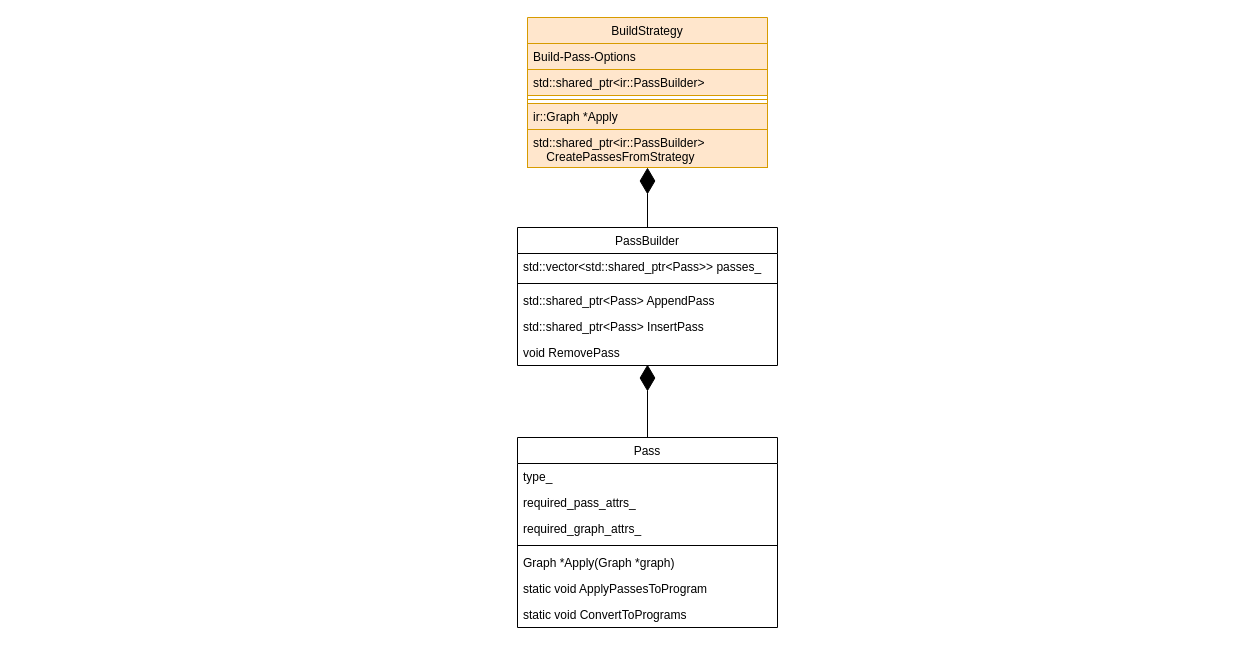
This is pass.drawio from jiahy0825/draw.io, a draw.io file, before an edit. Source tidied: cells renumbered, new cells numbered last; positions are measured from the earlier drawing's top-left corner, leaving out a move shared by most shapes. Both pictures are drawn from the tidied source at 100%, with x=0, y=0 at pixel (517, 17).
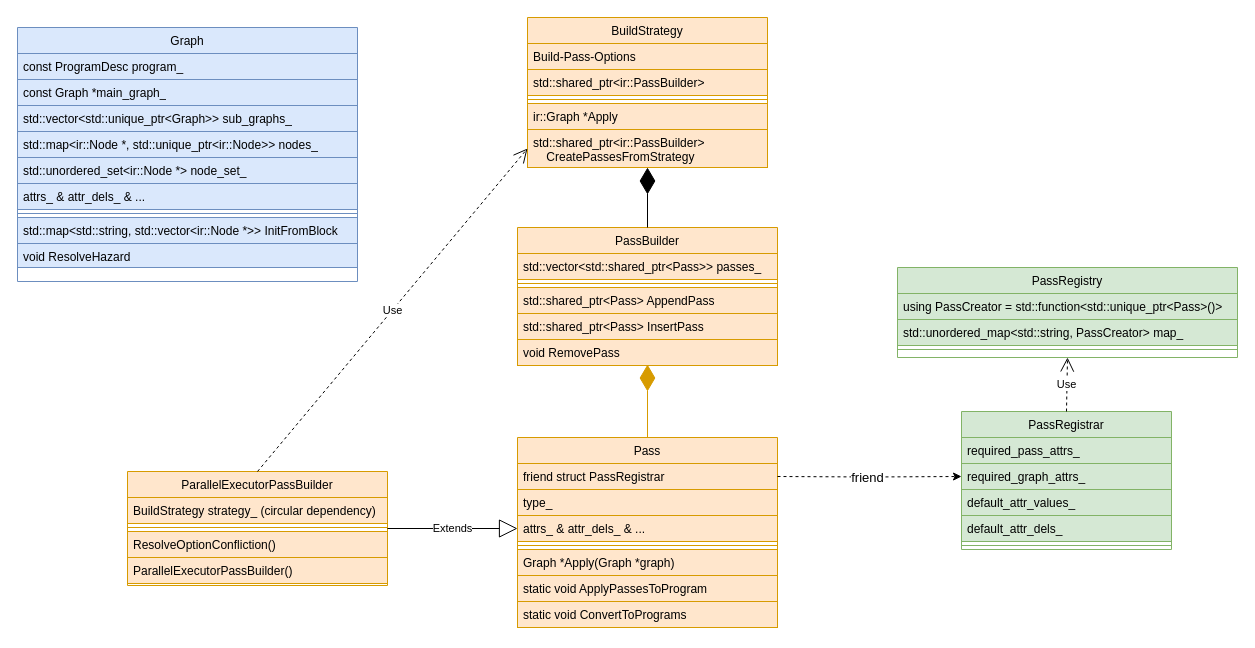
The same page after the edit.

The change refers to these unchanged cells:
```xml
<mxCell id="7" value="std::shared_ptr&amp;lt;ir::PassBuilder&amp;gt; &lt;br&gt;&amp;nbsp; &amp;nbsp; CreatePassesFromStrategy" style="text;align=left;verticalAlign=top;spacingLeft=4;spacingRight=4;overflow=hidden;points=[[0,0.5],[1,0.5]];portConstraint=eastwest;html=1;fillColor=#ffe6cc;strokeColor=#d79b00;" parent="2" vertex="1">
  <mxGeometry y="112" width="240" height="38" as="geometry" />
</mxCell>
```

Change to the diagram source:
```diff
@@
-    <mxCell id="8" value="PassBuilder" style="swimlane;fontStyle=0;align=center;verticalAlign=top;horizontal=1;startSize=26;rounded=0;shadow=0;strokeWidth=1;" parent="1" vertex="1">
+    <mxCell id="8" value="PassBuilder" style="swimlane;fontStyle=0;align=center;verticalAlign=top;horizontal=1;startSize=26;rounded=0;shadow=0;strokeWidth=1;fillColor=#ffe6cc;strokeColor=#d79b00;" parent="1" vertex="1">
       <mxGeometry y="210" width="260" height="138" as="geometry" />
     </mxCell>
-    <mxCell id="9" value="std::vector&lt;std::shared_ptr&lt;Pass&gt;&gt; passes_" style="text;align=left;verticalAlign=top;spacingLeft=4;spacingRight=4;overflow=hidden;" parent="8" vertex="1">
+    <mxCell id="9" value="std::vector&lt;std::shared_ptr&lt;Pass&gt;&gt; passes_" style="text;align=left;verticalAlign=top;spacingLeft=4;spacingRight=4;overflow=hidden;fillColor=#ffe6cc;strokeColor=#d79b00;" parent="8" vertex="1">
       <mxGeometry y="26" width="260" height="26" as="geometry" />
     </mxCell>
-    <mxCell id="10" style="line;html=1;strokeWidth=1;align=left;verticalAlign=middle;spacingTop=-1;spacingLeft=3;spacingRight=3;labelPosition=right;" parent="8" vertex="1">
+    <mxCell id="10" style="line;html=1;strokeWidth=1;align=left;verticalAlign=middle;spacingTop=-1;spacingLeft=3;spacingRight=3;labelPosition=right;fillColor=#ffe6cc;strokeColor=#d79b00;" parent="8" vertex="1">
       <mxGeometry y="52" width="260" height="8" as="geometry" />
     </mxCell>
-    <mxCell id="11" value="std::shared_ptr&lt;Pass&gt; AppendPass" style="text;align=left;verticalAlign=top;spacingLeft=4;spacingRight=4;overflow=hidden;fontStyle=0;" parent="8" vertex="1">
+    <mxCell id="11" value="std::shared_ptr&lt;Pass&gt; AppendPass" style="text;align=left;verticalAlign=top;spacingLeft=4;spacingRight=4;overflow=hidden;fontStyle=0;fillColor=#ffe6cc;strokeColor=#d79b00;" parent="8" vertex="1">
       <mxGeometry y="60" width="260" height="26" as="geometry" />
     </mxCell>
-    <mxCell id="12" value="std::shared_ptr&lt;Pass&gt; InsertPass" style="text;align=left;verticalAlign=top;spacingLeft=4;spacingRight=4;overflow=hidden;" parent="8" vertex="1">
+    <mxCell id="12" value="std::shared_ptr&lt;Pass&gt; InsertPass" style="text;align=left;verticalAlign=top;spacingLeft=4;spacingRight=4;overflow=hidden;fillColor=#ffe6cc;strokeColor=#d79b00;" parent="8" vertex="1">
       <mxGeometry y="86" width="260" height="26" as="geometry" />
     </mxCell>
-    <mxCell id="13" value="void RemovePass" style="text;align=left;verticalAlign=top;spacingLeft=4;spacingRight=4;overflow=hidden;points=[[0,0.5],[1,0.5]];portConstraint=eastwest;" parent="8" vertex="1">
+    <mxCell id="13" value="void RemovePass" style="text;align=left;verticalAlign=top;spacingLeft=4;spacingRight=4;overflow=hidden;points=[[0,0.5],[1,0.5]];portConstraint=eastwest;fillColor=#ffe6cc;strokeColor=#d79b00;" parent="8" vertex="1">
       <mxGeometry y="112" width="260" height="26" as="geometry" />
     </mxCell>
@@
-    <mxCell id="15" style="endArrow=diamondThin;endFill=1;endSize=24;html=1;rounded=0;entryX=0.5;entryY=0.962;entryDx=0;entryDy=0;entryPerimeter=0;exitX=0.5;exitY=0;exitDx=0;exitDy=0;" parent="1" edge="1" source="16" target="13">
+    <mxCell id="15" style="endArrow=diamondThin;endFill=1;endSize=24;html=1;rounded=0;entryX=0.5;entryY=0.962;entryDx=0;entryDy=0;entryPerimeter=0;exitX=0.5;exitY=0;exitDx=0;exitDy=0;fillColor=#ffe6cc;strokeColor=#d79b00;" parent="1" edge="1" source="16" target="13">
       <mxGeometry relative="1" as="geometry" />
     </mxCell>
-    <mxCell id="16" value="Pass" style="swimlane;fontStyle=0;align=center;verticalAlign=top;horizontal=1;startSize=26;rounded=0;shadow=0;strokeWidth=1;" parent="1" vertex="1">
+    <mxCell id="16" value="Pass" style="swimlane;fontStyle=0;align=center;verticalAlign=top;horizontal=1;startSize=26;rounded=0;shadow=0;strokeWidth=1;fillColor=#ffe6cc;strokeColor=#d79b00;" parent="1" vertex="1">
       <mxGeometry y="420" width="260" height="190" as="geometry" />
     </mxCell>
+    <mxCell id="24" value="friend struct PassRegistrar" style="text;align=left;verticalAlign=top;spacingLeft=4;spacingRight=4;overflow=hidden;fillColor=#ffe6cc;strokeColor=#d79b00;" parent="16" vertex="1">
+      <mxGeometry y="26" width="260" height="26" as="geometry" />
+    </mxCell>
-    <mxCell id="17" value="type_" style="text;align=left;verticalAlign=top;spacingLeft=4;spacingRight=4;overflow=hidden;" parent="16" vertex="1">
-      <mxGeometry y="26" width="260" height="26" as="geometry" />
+    <mxCell id="17" value="type_" style="text;align=left;verticalAlign=top;spacingLeft=4;spacingRight=4;overflow=hidden;fillColor=#ffe6cc;strokeColor=#d79b00;" parent="16" vertex="1">
+      <mxGeometry y="52" width="260" height="26" as="geometry" />
     </mxCell>
-    <mxCell id="18" value="required_pass_attrs_" style="text;align=left;verticalAlign=top;spacingLeft=4;spacingRight=4;overflow=hidden;" parent="16" vertex="1">
-      <mxGeometry y="52" width="260" height="26" as="geometry" />
-    </mxCell>
-    <mxCell id="19" value="required_graph_attrs_" style="text;align=left;verticalAlign=top;spacingLeft=4;spacingRight=4;overflow=hidden;points=[[0,0.5],[1,0.5]];portConstraint=eastwest;" parent="16" vertex="1">
-      <mxGeometry y="78" width="260" height="26" as="geometry" />
-    </mxCell>
+    <mxCell id="25" value="attrs_ &amp; attr_dels_ &amp; ..." style="text;align=left;verticalAlign=top;spacingLeft=4;spacingRight=4;overflow=hidden;points=[[0,0.5],[1,0.5]];portConstraint=eastwest;fillColor=#ffe6cc;strokeColor=#d79b00;" parent="16" vertex="1">
+      <mxGeometry y="78" width="260" height="26" as="geometry" />
+    </mxCell>
-    <mxCell id="20" style="line;html=1;strokeWidth=1;align=left;verticalAlign=middle;spacingTop=-1;spacingLeft=3;spacingRight=3;labelPosition=right;" parent="16" vertex="1">
+    <mxCell id="20" style="line;html=1;strokeWidth=1;align=left;verticalAlign=middle;spacingTop=-1;spacingLeft=3;spacingRight=3;labelPosition=right;fillColor=#ffe6cc;strokeColor=#d79b00;" parent="16" vertex="1">
       <mxGeometry y="104" width="260" height="8" as="geometry" />
     </mxCell>
-    <mxCell id="21" value="Graph *Apply(Graph *graph)" style="text;align=left;verticalAlign=top;spacingLeft=4;spacingRight=4;overflow=hidden;fontStyle=0;" parent="16" vertex="1">
+    <mxCell id="21" value="Graph *Apply(Graph *graph)" style="text;align=left;verticalAlign=top;spacingLeft=4;spacingRight=4;overflow=hidden;fontStyle=0;fillColor=#ffe6cc;strokeColor=#d79b00;" parent="16" vertex="1">
       <mxGeometry y="112" width="260" height="26" as="geometry" />
     </mxCell>
-    <mxCell id="22" value="static void ApplyPassesToProgram" style="text;align=left;verticalAlign=top;spacingLeft=4;spacingRight=4;overflow=hidden;" parent="16" vertex="1">
+    <mxCell id="22" value="static void ApplyPassesToProgram" style="text;align=left;verticalAlign=top;spacingLeft=4;spacingRight=4;overflow=hidden;fillColor=#ffe6cc;strokeColor=#d79b00;" parent="16" vertex="1">
       <mxGeometry y="138" width="260" height="26" as="geometry" />
     </mxCell>
-    <mxCell id="23" value="static void ConvertToPrograms" style="text;align=left;verticalAlign=top;spacingLeft=4;spacingRight=4;overflow=hidden;" parent="16" vertex="1">
+    <mxCell id="23" value="static void ConvertToPrograms" style="text;align=left;verticalAlign=top;spacingLeft=4;spacingRight=4;overflow=hidden;fillColor=#ffe6cc;strokeColor=#d79b00;" parent="16" vertex="1">
       <mxGeometry y="164" width="260" height="26" as="geometry" />
     </mxCell>
+    <mxCell id="26" value="PassRegistry" style="swimlane;fontStyle=0;align=center;verticalAlign=top;horizontal=1;startSize=26;rounded=0;shadow=0;strokeWidth=1;fillColor=#d5e8d4;strokeColor=#82b366;" parent="1" vertex="1">
+      <mxGeometry x="380" y="250" width="340" height="90" as="geometry" />
+    </mxCell>
+    <mxCell id="27" value="using PassCreator = std::function&lt;std::unique_ptr&lt;Pass&gt;()&gt;" style="text;align=left;verticalAlign=top;spacingLeft=4;spacingRight=4;overflow=hidden;fillColor=#d5e8d4;strokeColor=#82b366;" parent="26" vertex="1">
+      <mxGeometry y="26" width="340" height="26" as="geometry" />
+    </mxCell>
+    <mxCell id="28" value="std::unordered_map&lt;std::string, PassCreator&gt; map_" style="text;align=left;verticalAlign=top;spacingLeft=4;spacingRight=4;overflow=hidden;fillColor=#d5e8d4;strokeColor=#82b366;" parent="26" vertex="1">
+      <mxGeometry y="52" width="340" height="26" as="geometry" />
+    </mxCell>
+    <mxCell id="29" style="line;html=1;strokeWidth=1;align=left;verticalAlign=middle;spacingTop=-1;spacingLeft=3;spacingRight=3;labelPosition=right;fillColor=#d5e8d4;strokeColor=#82b366;" parent="26" vertex="1">
+      <mxGeometry y="78" width="340" height="8" as="geometry" />
+    </mxCell>
+    <mxCell id="30" value="PassRegistrar" style="swimlane;fontStyle=0;align=center;verticalAlign=top;horizontal=1;startSize=26;rounded=0;shadow=0;strokeWidth=1;fillColor=#d5e8d4;strokeColor=#82b366;" parent="1" vertex="1">
+      <mxGeometry x="444" y="394" width="210" height="138" as="geometry" />
+    </mxCell>
+    <mxCell id="18" value="required_pass_attrs_" style="text;align=left;verticalAlign=top;spacingLeft=4;spacingRight=4;overflow=hidden;fillColor=#d5e8d4;strokeColor=#82b366;" parent="30" vertex="1">
+      <mxGeometry y="26" width="210" height="26" as="geometry" />
+    </mxCell>
+    <mxCell id="19" value="required_graph_attrs_" style="text;align=left;verticalAlign=top;spacingLeft=4;spacingRight=4;overflow=hidden;points=[[0,0.5],[1,0.5]];portConstraint=eastwest;fillColor=#d5e8d4;strokeColor=#82b366;" parent="30" vertex="1">
+      <mxGeometry y="52" width="210" height="26" as="geometry" />
+    </mxCell>
+    <mxCell id="31" value="default_attr_values_" style="text;align=left;verticalAlign=top;spacingLeft=4;spacingRight=4;overflow=hidden;fillColor=#d5e8d4;strokeColor=#82b366;" parent="30" vertex="1">
+      <mxGeometry y="78" width="210" height="26" as="geometry" />
+    </mxCell>
+    <mxCell id="32" value="default_attr_dels_" style="text;align=left;verticalAlign=top;spacingLeft=4;spacingRight=4;overflow=hidden;fillColor=#d5e8d4;strokeColor=#82b366;" parent="30" vertex="1">
+      <mxGeometry y="104" width="210" height="26" as="geometry" />
+    </mxCell>
+    <mxCell id="33" style="line;html=1;strokeWidth=1;align=left;verticalAlign=middle;spacingTop=-1;spacingLeft=3;spacingRight=3;labelPosition=right;fillColor=#d5e8d4;strokeColor=#82b366;" parent="30" vertex="1">
+      <mxGeometry y="130" width="210" height="8" as="geometry" />
+    </mxCell>
+    <mxCell id="34" value="Use" style="endArrow=open;endSize=12;dashed=1;html=1;rounded=0;entryX=0.5;entryY=1;entryDx=0;entryDy=0;exitX=0.5;exitY=0;exitDx=0;exitDy=0;" parent="1" edge="1" source="30" target="26">
+      <mxGeometry relative="1" as="geometry" />
+    </mxCell>
+    <mxCell id="35" style="edgeStyle=orthogonalEdgeStyle;rounded=0;jettySize=auto;html=1;entryX=0;entryY=0.5;entryDx=0;entryDy=0;dashed=1;" parent="1" edge="1" target="19">
+      <mxGeometry relative="1" as="geometry">
+        <mxPoint x="260" y="459" as="sourcePoint" />
+      </mxGeometry>
+    </mxCell>
+    <mxCell id="36" value="friend" style="edgeLabel;html=1;align=center;verticalAlign=middle;fontSize=13;" parent="35" vertex="1">
+      <mxGeometry x="0.21" y="1" relative="1" as="geometry">
+        <mxPoint x="-22" y="1" as="offset" />
+      </mxGeometry>
+    </mxCell>
+    <mxCell id="37" value="ParallelExecutorPassBuilder" style="swimlane;fontStyle=0;align=center;verticalAlign=top;horizontal=1;startSize=26;rounded=0;shadow=0;strokeWidth=1;fillColor=#ffe6cc;strokeColor=#d79b00;" parent="1" vertex="1">
+      <mxGeometry x="-390" y="454" width="260" height="114" as="geometry" />
+    </mxCell>
+    <mxCell id="38" value="BuildStrategy strategy_ (circular dependency)" style="text;align=left;verticalAlign=top;spacingLeft=4;spacingRight=4;overflow=hidden;fillColor=#ffe6cc;strokeColor=#d79b00;" parent="37" vertex="1">
+      <mxGeometry y="26" width="260" height="26" as="geometry" />
+    </mxCell>
+    <mxCell id="39" style="line;html=1;strokeWidth=1;align=left;verticalAlign=middle;spacingTop=-1;spacingLeft=3;spacingRight=3;labelPosition=right;fillColor=#ffe6cc;strokeColor=#d79b00;" parent="37" vertex="1">
+      <mxGeometry y="52" width="260" height="8" as="geometry" />
+    </mxCell>
+    <mxCell id="40" value="ResolveOptionConfliction()" style="text;align=left;verticalAlign=top;spacingLeft=4;spacingRight=4;overflow=hidden;fontStyle=0;fillColor=#ffe6cc;strokeColor=#d79b00;" parent="37" vertex="1">
+      <mxGeometry y="60" width="260" height="26" as="geometry" />
+    </mxCell>
+    <mxCell id="41" value="ParallelExecutorPassBuilder()" style="text;align=left;verticalAlign=top;spacingLeft=4;spacingRight=4;overflow=hidden;fillColor=#ffe6cc;strokeColor=#d79b00;" parent="37" vertex="1">
+      <mxGeometry y="86" width="260" height="26" as="geometry" />
+    </mxCell>
+    <mxCell id="42" value="Extends" style="endArrow=block;endSize=16;endFill=0;html=1;rounded=0;entryX=0;entryY=0.5;entryDx=0;entryDy=0;exitX=1;exitY=0.5;exitDx=0;exitDy=0;" parent="1" edge="1" source="37" target="25">
+      <mxGeometry relative="1" as="geometry" />
+    </mxCell>
+    <mxCell id="43" value="Use" style="endArrow=open;endSize=12;dashed=1;html=1;rounded=0;entryX=0;entryY=0.5;entryDx=0;entryDy=0;exitX=0.5;exitY=0;exitDx=0;exitDy=0;" parent="1" edge="1" source="37" target="7">
+      <mxGeometry relative="1" as="geometry" />
+    </mxCell>
+    <mxCell id="44" value="Graph" style="swimlane;fontStyle=0;align=center;verticalAlign=top;horizontal=1;startSize=26;rounded=0;shadow=0;strokeWidth=1;fillColor=#dae8fc;strokeColor=#6c8ebf;" parent="1" vertex="1">
+      <mxGeometry x="-500" y="10" width="340" height="254" as="geometry" />
+    </mxCell>
+    <mxCell id="45" value="const ProgramDesc program_" style="text;align=left;verticalAlign=top;spacingLeft=4;spacingRight=4;overflow=hidden;fillColor=#dae8fc;strokeColor=#6c8ebf;" parent="44" vertex="1">
+      <mxGeometry y="26" width="340" height="26" as="geometry" />
+    </mxCell>
+    <mxCell id="46" value="const Graph *main_graph_" style="text;align=left;verticalAlign=top;spacingLeft=4;spacingRight=4;overflow=hidden;rounded=0;shadow=0;html=1;fillColor=#dae8fc;strokeColor=#6c8ebf;" parent="44" vertex="1">
+      <mxGeometry y="52" width="340" height="26" as="geometry" />
+    </mxCell>
+    <mxCell id="47" value="std::vector&amp;lt;std::unique_ptr&amp;lt;Graph&amp;gt;&amp;gt; sub_graphs_" style="text;align=left;verticalAlign=top;spacingLeft=4;spacingRight=4;overflow=hidden;rounded=0;shadow=0;html=1;fillColor=#dae8fc;strokeColor=#6c8ebf;" parent="44" vertex="1">
+      <mxGeometry y="78" width="340" height="26" as="geometry" />
+    </mxCell>
+    <mxCell id="48" value="std::map&amp;lt;ir::Node *, std::unique_ptr&amp;lt;ir::Node&amp;gt;&amp;gt; nodes_" style="text;align=left;verticalAlign=top;spacingLeft=4;spacingRight=4;overflow=hidden;rounded=0;shadow=0;html=1;fillColor=#dae8fc;strokeColor=#6c8ebf;" parent="44" vertex="1">
+      <mxGeometry y="104" width="340" height="26" as="geometry" />
+    </mxCell>
+    <mxCell id="49" value="std::unordered_set&amp;lt;ir::Node *&amp;gt; node_set_" style="text;align=left;verticalAlign=top;spacingLeft=4;spacingRight=4;overflow=hidden;rounded=0;shadow=0;html=1;fillColor=#dae8fc;strokeColor=#6c8ebf;" parent="44" vertex="1">
+      <mxGeometry y="130" width="340" height="26" as="geometry" />
+    </mxCell>
+    <mxCell id="50" value="attrs_ &amp;amp; attr_dels_ &amp;amp; ..." style="text;align=left;verticalAlign=top;spacingLeft=4;spacingRight=4;overflow=hidden;rounded=0;shadow=0;html=1;fillColor=#dae8fc;strokeColor=#6c8ebf;" parent="44" vertex="1">
+      <mxGeometry y="156" width="340" height="26" as="geometry" />
+    </mxCell>
+    <mxCell id="51" style="line;html=1;strokeWidth=1;align=left;verticalAlign=middle;spacingTop=-1;spacingLeft=3;spacingRight=3;labelPosition=right;fillColor=#dae8fc;strokeColor=#6c8ebf;" parent="44" vertex="1">
+      <mxGeometry y="182" width="340" height="8" as="geometry" />
+    </mxCell>
+    <mxCell id="52" value="std::map&amp;lt;std::string, std::vector&amp;lt;ir::Node *&amp;gt;&amp;gt; InitFromBlock" style="text;align=left;verticalAlign=top;spacingLeft=4;spacingRight=4;overflow=hidden;html=1;fillColor=#dae8fc;strokeColor=#6c8ebf;" parent="44" vertex="1">
+      <mxGeometry y="190" width="340" height="26" as="geometry" />
+    </mxCell>
+    <mxCell id="53" value="void ResolveHazard" style="text;align=left;verticalAlign=top;spacingLeft=4;spacingRight=4;overflow=hidden;html=1;fillColor=#dae8fc;strokeColor=#6c8ebf;" parent="44" vertex="1">
+      <mxGeometry y="216" width="340" height="24" as="geometry" />
+    </mxCell>
```
